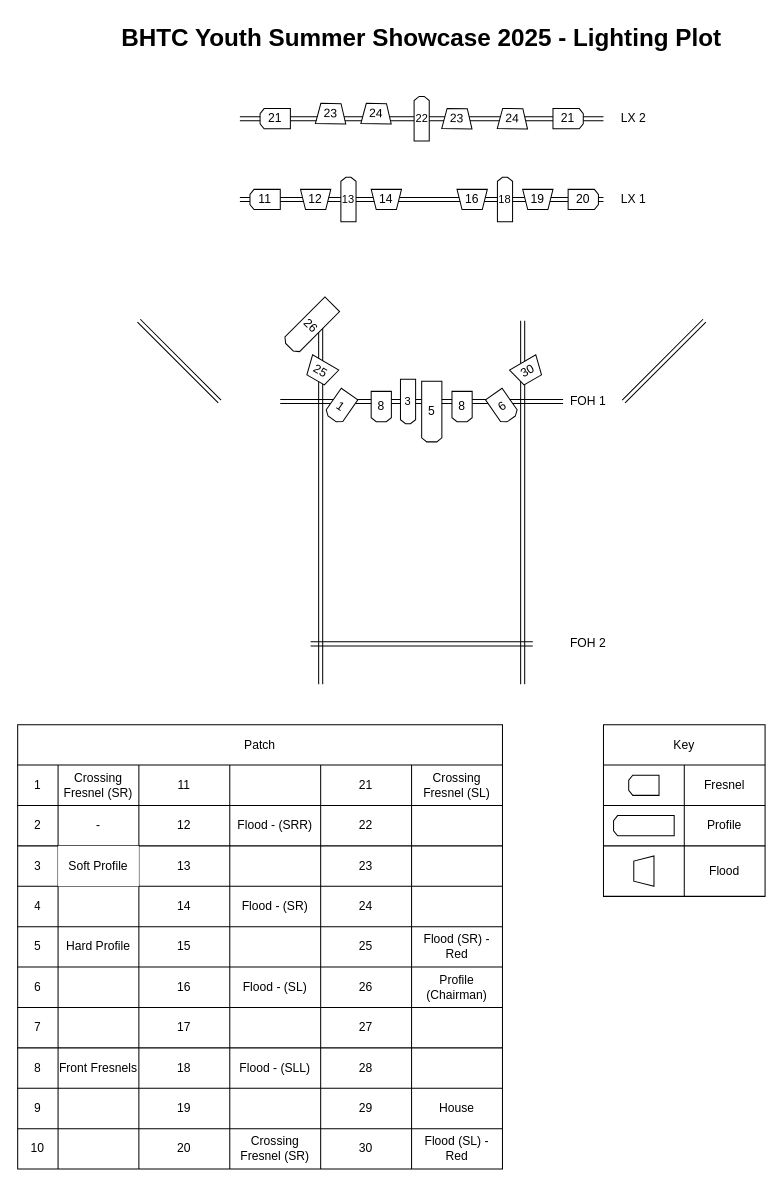
Before: YSS25 Lighting Plot.drawio in Oliver2081/yss25-lighting-plot, a draw.io diagram. Source tidied: cells renumbered, new cells numbered last; positions are measured from the earlier drawing's top-left corner, leaving out a move shared by most shapes. Both pictures are drawn from the tidied source at 101%, with x=0, y=0 at pixel (17, 17).
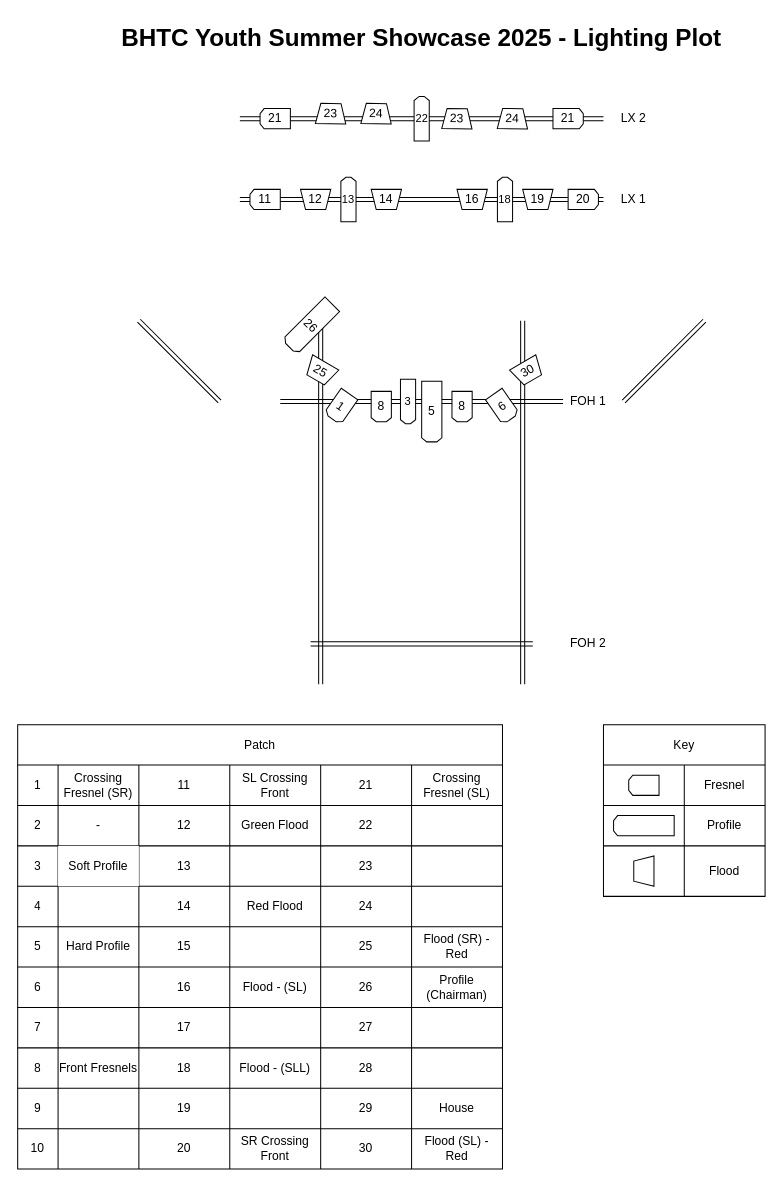
The same page after the edit.

The change refers to these unchanged cells:
```xml
<mxCell id="52" style="shape=tableRow;horizontal=0;startSize=0;swimlaneHead=0;swimlaneBody=0;strokeColor=inherit;top=0;left=0;bottom=0;right=0;fillColor=none;" parent="51" vertex="1">
  <mxGeometry y="40" width="480" height="40" as="geometry" />
</mxCell>
<mxCell id="59" style="shape=tableRow;horizontal=0;startSize=0;swimlaneHead=0;swimlaneBody=0;strokeColor=inherit;top=0;left=0;bottom=0;right=0;fillColor=none;" parent="51" vertex="1">
  <mxGeometry y="80" width="480" height="40" as="geometry" />
</mxCell>
<mxCell id="73" style="shape=tableRow;horizontal=0;startSize=0;swimlaneHead=0;swimlaneBody=0;strokeColor=inherit;top=0;left=0;bottom=0;right=0;fillColor=none;" parent="51" vertex="1">
  <mxGeometry y="160" width="480" height="40" as="geometry" />
</mxCell>
<mxCell id="115" style="shape=tableRow;horizontal=0;startSize=0;swimlaneHead=0;swimlaneBody=0;strokeColor=inherit;top=0;left=0;bottom=0;right=0;fillColor=none;" parent="51" vertex="1">
  <mxGeometry y="400" width="480" height="40" as="geometry" />
</mxCell>
```

Change to the diagram source:
```diff
@@
+    <mxCell id="122" value="&lt;span style=&quot;font-size: 11px;&quot;&gt;18&lt;/span&gt;" style="shape=loopLimit;whiteSpace=wrap;html=1;rotation=0;size=5;labelBorderColor=none;align=center;verticalAlign=middle;direction=east;" parent="1" vertex="1">
+      <mxGeometry x="475" y="158" width="15" height="44" as="geometry" />
+    </mxCell>
@@
-    <mxCell id="56" style="shape=partialRectangle;html=1;whiteSpace=wrap;strokeColor=inherit;overflow=hidden;fillColor=none;top=0;left=0;bottom=0;right=0;" parent="52" vertex="1">
+    <mxCell id="56" value="SL Crossing Front" style="shape=partialRectangle;html=1;whiteSpace=wrap;strokeColor=inherit;overflow=hidden;fillColor=none;top=0;left=0;bottom=0;right=0;" parent="52" vertex="1">
       <mxGeometry x="210" width="90" height="40" as="geometry" />
     </mxCell>
@@
-    <mxCell id="63" value="Flood - (SRR)" style="shape=partialRectangle;html=1;whiteSpace=wrap;strokeColor=inherit;overflow=hidden;fillColor=none;top=0;left=0;bottom=0;right=0;" parent="59" vertex="1">
+    <mxCell id="63" value="Green Flood" style="shape=partialRectangle;html=1;whiteSpace=wrap;strokeColor=inherit;overflow=hidden;fillColor=none;top=0;left=0;bottom=0;right=0;" parent="59" vertex="1">
       <mxGeometry x="210" width="90" height="40" as="geometry" />
     </mxCell>
@@
-    <mxCell id="77" value="Flood - (SR)" style="shape=partialRectangle;html=1;whiteSpace=wrap;strokeColor=inherit;overflow=hidden;fillColor=none;top=0;left=0;bottom=0;right=0;" parent="73" vertex="1">
+    <mxCell id="77" value="Red Flood" style="shape=partialRectangle;html=1;whiteSpace=wrap;strokeColor=inherit;overflow=hidden;fillColor=none;top=0;left=0;bottom=0;right=0;" parent="73" vertex="1">
       <mxGeometry x="210" width="90" height="40" as="geometry" />
     </mxCell>
@@
-    <mxCell id="119" value="Crossing Fresnel (SR)" style="shape=partialRectangle;html=1;whiteSpace=wrap;strokeColor=inherit;overflow=hidden;fillColor=none;top=0;left=0;bottom=0;right=0;" parent="115" vertex="1">
+    <mxCell id="119" value="SR Crossing Front" style="shape=partialRectangle;html=1;whiteSpace=wrap;strokeColor=inherit;overflow=hidden;fillColor=none;top=0;left=0;bottom=0;right=0;" parent="115" vertex="1">
       <mxGeometry x="210" width="90" height="40" as="geometry" />
     </mxCell>
@@
-    <mxCell id="122" value="&lt;span style=&quot;font-size: 11px;&quot;&gt;18&lt;/span&gt;" style="shape=loopLimit;whiteSpace=wrap;html=1;rotation=0;size=5;labelBorderColor=none;align=center;verticalAlign=middle;direction=east;" parent="1" vertex="1">
-      <mxGeometry x="475" y="158" width="15" height="44" as="geometry" />
-    </mxCell>
```
